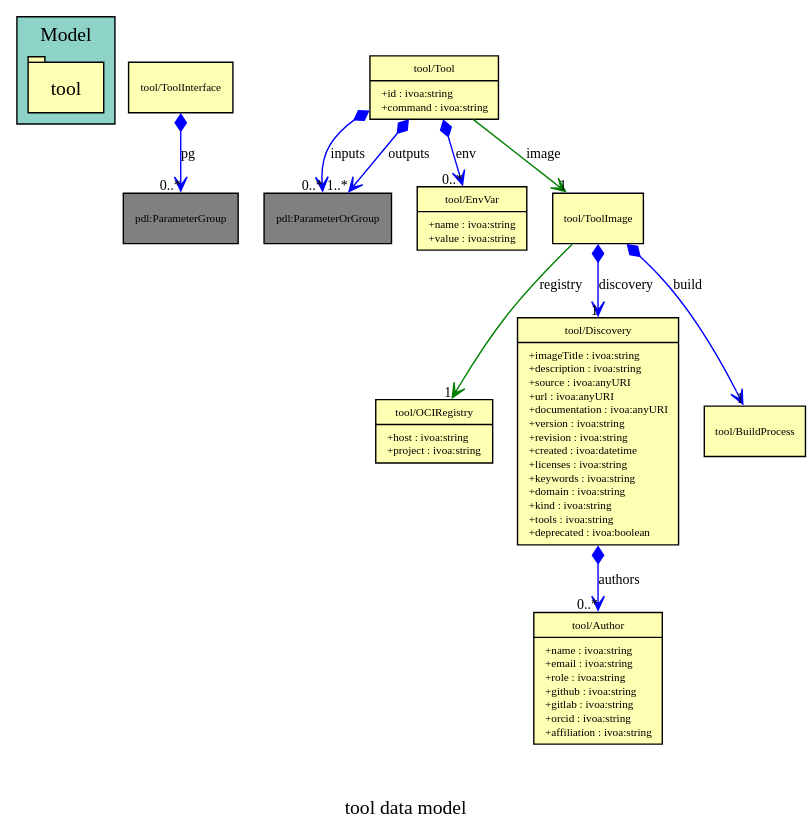
Before: generated/ToolDM-v1.vo-dml.svg, a diagram exported from PlantUML (pahjbo/ExecutionDM). Its source is kept beside it as generated/schema/ToolDM-v1.vo-dml.tap.plantuml. Its diagram source:
```plantuml
@startuml


skinparam linetype ortho

entity "tool.Author" as tool.Author {

    ID : BIGINT

---

    DISCOVERY_ID : BIGINT
name : VARCHAR
email : VARCHAR
role : VARCHAR
github : VARCHAR
gitlab : VARCHAR
orcid : VARCHAR
affiliation : VARCHAR

---
      DISCOVERY_ID : BIGINT<<FK>>

}

entity "tool.OCIRegistry" as tool.OCIRegistry {

    ID : BIGINT

---

    host : VARCHAR
project : VARCHAR

}

entity "tool.Discovery" as tool.Discovery {

    ID : BIGINT

---

    imageTitle : VARCHAR
description : VARCHAR
source : VARCHAR
url : VARCHAR
documentation : VARCHAR
version : VARCHAR
revision : VARCHAR
created : TIMESTAMP
licenses : VARCHAR
keywords : VARCHAR
domain : VARCHAR
kind : VARCHAR
tools : VARCHAR
deprecated : INTEGER

}

entity "tool.EnvVar" as tool.EnvVar {

    ID : BIGINT

---

    id : VARCHAR
name : VARCHAR
value : VARCHAR

---
      id : VARCHAR<<FK>>

}

entity "tool.ToolImage" as tool.ToolImage {

    ID : BIGINT

---

    registry : BIGINT

---
      registry : BIGINT<<FK>>

}

entity "tool.BuildProcess" as tool.BuildProcess {

    ID : BIGINT

---


}

entity "tool.ToolInterface" as tool.ToolInterface {

    ID : BIGINT

---


}

entity "tool.Tool" as tool.Tool {

    id : VARCHAR

---

    image : BIGINT
command : VARCHAR

---
      image : BIGINT<<FK>>

}

entity "pdl.ParameterOrGroup" as pdl.ParameterOrGroup {

    ID : BIGINT

---

    id : VARCHAR
id : VARCHAR
name : VARCHAR

---
      id : VARCHAR<<FK>>
id : VARCHAR<<FK>>

}

entity "pdl.ParameterDefinition" as pdl.ParameterDefinition {

    ID : BIGINT

---

    PARAMETERGROUP_ID : BIGINT
description : VARCHAR
kind : UNKNOWN
semantics : UNKNOWN

---
      PARAMETERGROUP_ID : BIGINT<<FK>>
ID : BIGINT<<FK>>

}

entity "pdl.ParameterGroup" as pdl.ParameterGroup {

    ID : BIGINT

---

    TOOLINTERFACE_ID : BIGINT

---
      TOOLINTERFACE_ID : BIGINT<<FK>>
ID : BIGINT<<FK>>

}


        tool.Author }o--||tool.Discovery
tool.EnvVar }o--||tool.Tool
tool.ToolImage }o--||tool.OCIRegistry
tool.Tool }o--||tool.ToolImage
pdl.ParameterOrGroup }o--||tool.Tool
pdl.ParameterOrGroup }o--||tool.Tool
pdl.ParameterDefinition }o--||pdl.ParameterGroup
pdl.ParameterDefinition }o--||pdl.ParameterOrGroup
pdl.ParameterGroup }o--||tool.ToolInterface
pdl.ParameterGroup }o--||pdl.ParameterOrGroup



@enduml
```
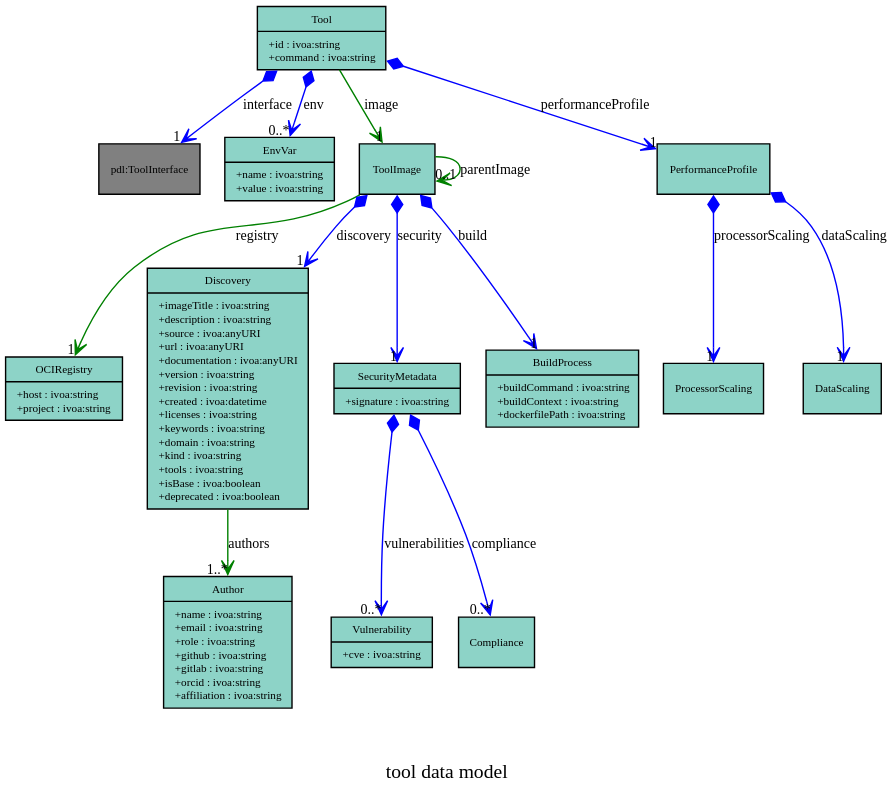
After the commit.

Diff of the diagram source:
```diff
@@ -9,17 +9,13 @@
 
 ---
 
-    DISCOVERY_ID : BIGINT
-name : VARCHAR
+    name : VARCHAR
 email : VARCHAR
 role : VARCHAR
 github : VARCHAR
 gitlab : VARCHAR
 orcid : VARCHAR
 affiliation : VARCHAR
-
----
-      DISCOVERY_ID : BIGINT<<FK>>
 
 }
 
@@ -48,12 +44,17 @@
 version : VARCHAR
 revision : VARCHAR
 created : TIMESTAMP
+authors : BIGINT
 licenses : VARCHAR
 keywords : VARCHAR
 domain : VARCHAR
 kind : VARCHAR
 tools : VARCHAR
+isBase : INTEGER
 deprecated : INTEGER
+
+---
+      authors : BIGINT<<FK>>
 
 }
 
@@ -72,6 +73,43 @@
 
 }
 
+entity "tool.Vulnerability" as tool.Vulnerability {
+
+    ID : BIGINT
+
+---
+
+    SECURITYMETADATA_ID : BIGINT
+cve : VARCHAR
+
+---
+      SECURITYMETADATA_ID : BIGINT<<FK>>
+
+}
+
+entity "tool.Compliance" as tool.Compliance {
+
+    ID : BIGINT
+
+---
+
+    SECURITYMETADATA_ID : BIGINT
+
+---
+      SECURITYMETADATA_ID : BIGINT<<FK>>
+
+}
+
+entity "tool.SecurityMetadata" as tool.SecurityMetadata {
+
+    ID : BIGINT
+
+---
+
+    signature : VARCHAR
+
+}
+
 entity "tool.ToolImage" as tool.ToolImage {
 
     ID : BIGINT
@@ -79,9 +117,11 @@
 ---
 
     registry : BIGINT
+parentImage : BIGINT
 
 ---
       registry : BIGINT<<FK>>
+parentImage : BIGINT<<FK>>
 
 }
 
@@ -91,15 +131,9 @@
 
 ---
 
-
-}
-
-entity "tool.ToolInterface" as tool.ToolInterface {
-
-    ID : BIGINT
-
----
-
+    buildCommand : VARCHAR
+buildContext : VARCHAR
+dockerfilePath : VARCHAR
 
 }
 
@@ -117,19 +151,30 @@
 
 }
 
-entity "pdl.ParameterOrGroup" as pdl.ParameterOrGroup {
+entity "tool.PerformanceProfile" as tool.PerformanceProfile {
 
     ID : BIGINT
 
 ---
 
-    id : VARCHAR
-id : VARCHAR
-name : VARCHAR
+
+}
+
+entity "tool.ProcessorScaling" as tool.ProcessorScaling {
+
+    ID : BIGINT
 
 ---
-      id : VARCHAR<<FK>>
-id : VARCHAR<<FK>>
+
+
+}
+
+entity "tool.DataScaling" as tool.DataScaling {
+
+    ID : BIGINT
+
+---
+
 
 }
 
@@ -139,14 +184,14 @@
 
 ---
 
-    PARAMETERGROUP_ID : BIGINT
+    TOOLINTERFACE_ID : BIGINT
+name : VARCHAR
 description : VARCHAR
 kind : UNKNOWN
-semantics : UNKNOWN
+semantics_ucd : VARCHAR
 
 ---
-      PARAMETERGROUP_ID : BIGINT<<FK>>
-ID : BIGINT<<FK>>
+      TOOLINTERFACE_ID : BIGINT<<FK>>
 
 }
 
@@ -157,24 +202,60 @@
 ---
 
     TOOLINTERFACE_ID : BIGINT
+name : VARCHAR
 
 ---
       TOOLINTERFACE_ID : BIGINT<<FK>>
-ID : BIGINT<<FK>>
+
+}
+
+entity "pdl.ParameterOrGroup" as pdl.ParameterOrGroup {
+
+    ID : BIGINT
+
+---
+
+    PARAMETERGROUP_ID : BIGINT
+param : BIGINT
+group : BIGINT
+
+---
+      param : BIGINT<<FK>>
+group : BIGINT<<FK>>
+PARAMETERGROUP_ID : BIGINT<<FK>>
+
+}
+
+entity "pdl.ToolInterface" as pdl.ToolInterface {
+
+    ID : BIGINT
+
+---
+
+    input : BIGINT
+output : BIGINT
+
+---
+      input : BIGINT<<FK>>
+output : BIGINT<<FK>>
 
 }
 
 
-        tool.Author }o--||tool.Discovery
+        tool.Discovery }o--||tool.Author
 tool.EnvVar }o--||tool.Tool
+tool.Vulnerability }o--||tool.SecurityMetadata
+tool.Compliance }o--||tool.SecurityMetadata
 tool.ToolImage }o--||tool.OCIRegistry
+tool.ToolImage }o--||tool.ToolImage
 tool.Tool }o--||tool.ToolImage
-pdl.ParameterOrGroup }o--||tool.Tool
-pdl.ParameterOrGroup }o--||tool.Tool
-pdl.ParameterDefinition }o--||pdl.ParameterGroup
-pdl.ParameterDefinition }o--||pdl.ParameterOrGroup
-pdl.ParameterGroup }o--||tool.ToolInterface
-pdl.ParameterGroup }o--||pdl.ParameterOrGroup
+pdl.ParameterDefinition }o--||pdl.ToolInterface
+pdl.ParameterGroup }o--||pdl.ToolInterface
+pdl.ParameterOrGroup }o--||pdl.ParameterDefinition
+pdl.ParameterOrGroup }o--||pdl.ParameterGroup
+pdl.ParameterOrGroup }o--||pdl.ParameterGroup
+pdl.ToolInterface }o--||pdl.ParameterGroup
+pdl.ToolInterface }o--||pdl.ParameterGroup
 
 
 
```
